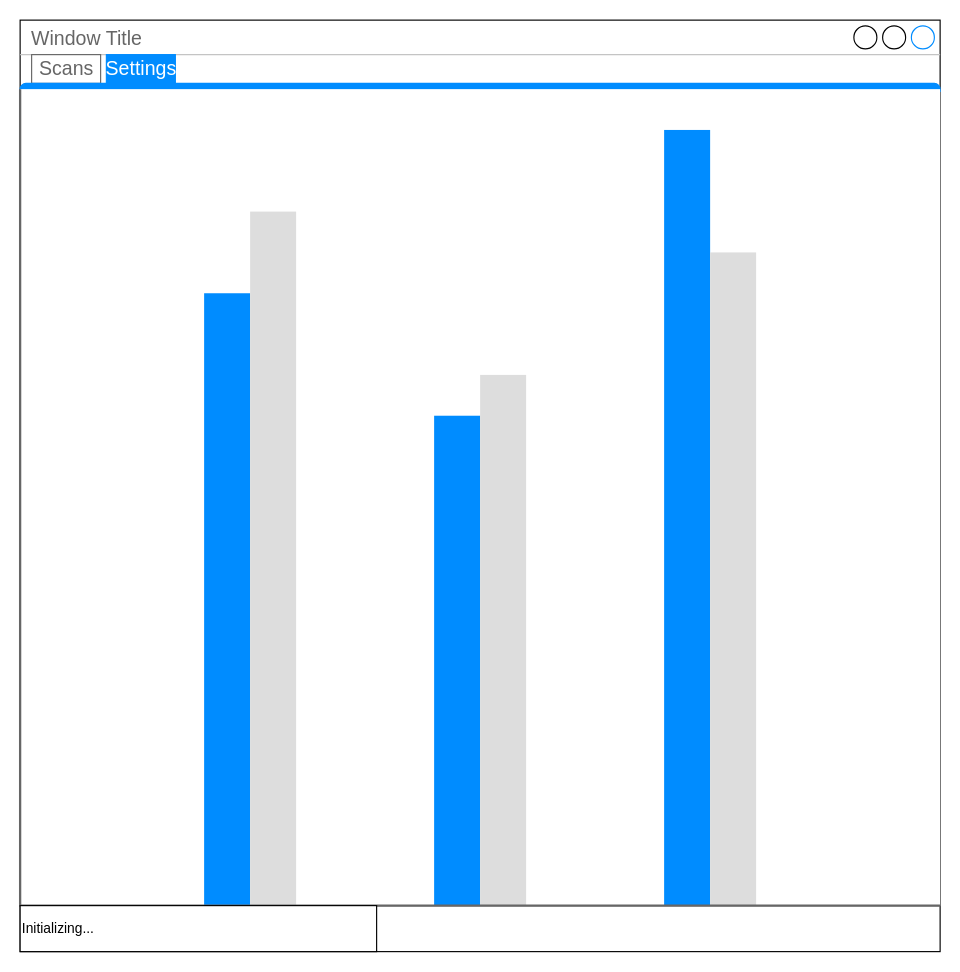
This is page "Main window" (1 of 2) of doc/ui mocks.drawio from vchekan/rtl-scanner, a draw.io file, before an edit. Source tidied: cells renumbered, new cells numbered last; positions are measured from the earlier drawing's top-left corner, leaving out a move shared by most shapes. Both pictures are drawn from the tidied source at 115%, with x=0, y=0 at pixel (20, 20).
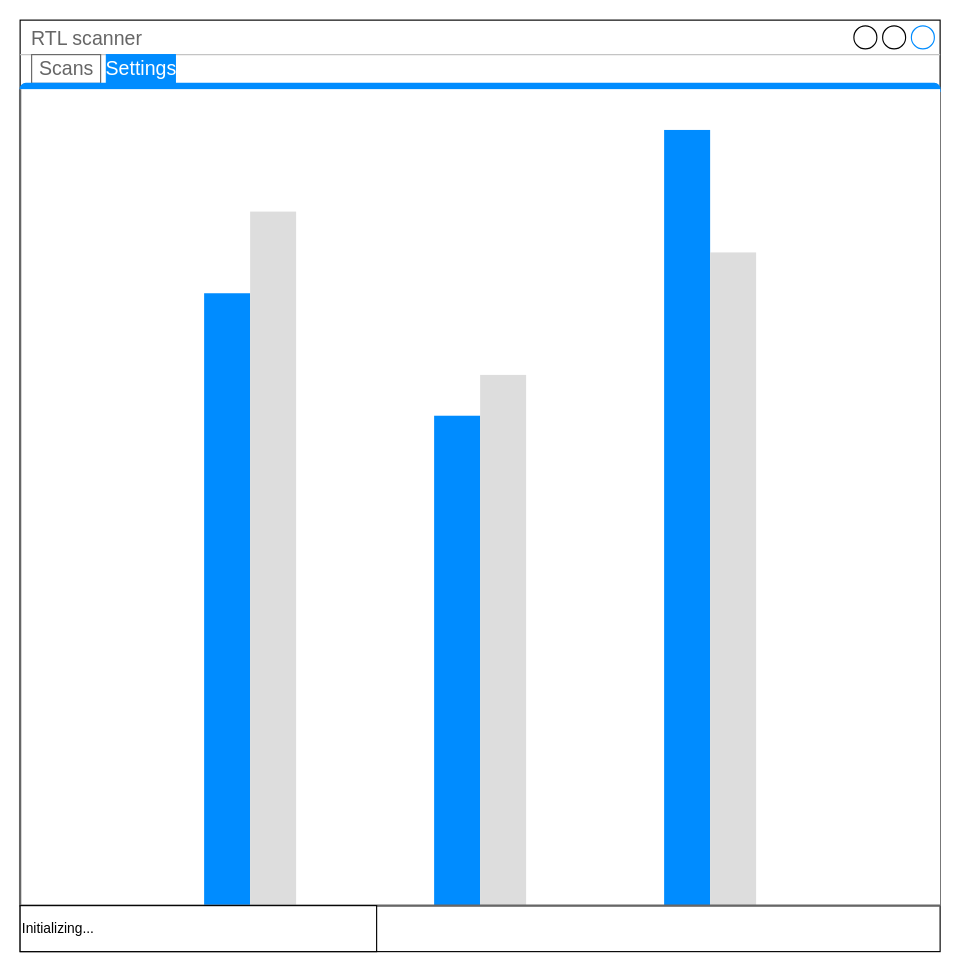
The same page after the edit.

The edit, as a diff of the source:
```diff
@@
 <mxGraphModel>
   <root>
     <mxCell id="0" />
     <mxCell id="1" parent="0" />
-    <mxCell id="2" value="Window Title" style="strokeWidth=1;shadow=0;dashed=0;align=center;html=1;shape=mxgraph.mockup.containers.window;align=left;verticalAlign=top;spacingLeft=8;strokeColor2=#008cff;strokeColor3=#c4c4c4;fontColor=#666666;mainText=;fontSize=17;labelBackgroundColor=none;" parent="1" vertex="1">
+    <mxCell id="2" value="RTL scanner" style="strokeWidth=1;shadow=0;dashed=0;align=center;html=1;shape=mxgraph.mockup.containers.window;align=left;verticalAlign=top;spacingLeft=8;strokeColor2=#008cff;strokeColor3=#c4c4c4;fontColor=#666666;mainText=;fontSize=17;labelBackgroundColor=none;" parent="1" vertex="1">
       <mxGeometry width="800" height="810" as="geometry" />
     </mxCell>
     <mxCell id="3" style="strokeWidth=1;shadow=0;dashed=0;align=center;html=1;shape=mxgraph.mockup.containers.marginRect2;rectMarginTop=32;strokeColor=#666666;gradientColor=none;" parent="1" vertex="1">
       <mxGeometry y="30" width="800" height="740" as="geometry" />
     </mxCell>
     <mxCell id="4" value="Scans" style="strokeColor=inherit;fillColor=inherit;gradientColor=inherit;strokeWidth=1;shadow=0;dashed=0;align=center;html=1;shape=mxgraph.mockup.containers.rrect;rSize=0;fontSize=17;fontColor=#666666;gradientColor=none;" parent="3" vertex="1">
       <mxGeometry width="60" height="25" relative="1" as="geometry">
         <mxPoint x="10" as="offset" />
       </mxGeometry>
     </mxCell>
     <mxCell id="5" value="Settings" style="strokeWidth=1;shadow=0;dashed=0;align=center;html=1;shape=mxgraph.mockup.containers.rrect;rSize=0;fontSize=17;fontColor=#ffffff;strokeColor=#008cff;fillColor=#008cff;" parent="3" vertex="1">
       <mxGeometry width="60" height="25" relative="1" as="geometry">
         <mxPoint x="75" as="offset" />
       </mxGeometry>
     </mxCell>
     <mxCell id="6" style="strokeWidth=1;shadow=0;dashed=0;align=center;html=1;shape=mxgraph.mockup.containers.topButton;rSize=5;strokeColor=#008cff;fillColor=#008cff;gradientColor=none;" parent="3" vertex="1">
       <mxGeometry width="800" height="7" relative="1" as="geometry">
         <mxPoint y="25" as="offset" />
       </mxGeometry>
     </mxCell>
     <mxCell id="7" style="verticalLabelPosition=bottom;shadow=0;dashed=0;align=center;html=1;verticalAlign=top;strokeWidth=1;shape=mxgraph.mockup.graphics.columnChart;strokeColor=none;strokeColor2=none;strokeColor3=#666666;fillColor2=#008cff;fillColor3=#dddddd;" parent="3" vertex="1">
       <mxGeometry y="30" width="800" height="710" as="geometry" />
     </mxCell>
     <mxCell id="8" value="Initializing..." style="rounded=0;whiteSpace=wrap;html=1;align=left;" parent="1" vertex="1">
       <mxGeometry y="770" width="310" height="40" as="geometry" />
     </mxCell>
   </root>
 </mxGraphModel>
```
